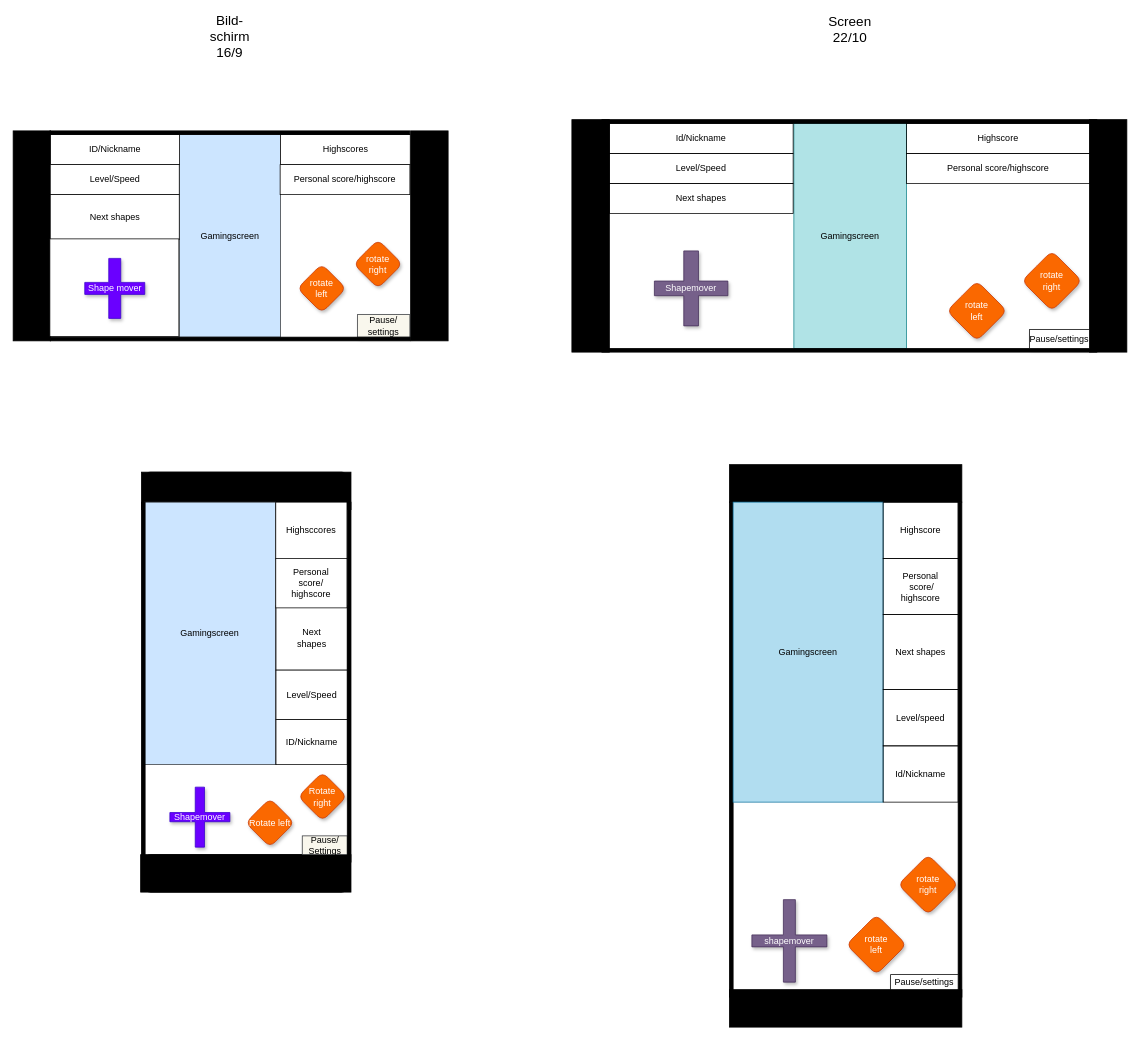
This is lib/documentation/Screen build.drawio from AUSoft-Kassel/tetris, a draw.io file, before an edit. Source tidied: cells renumbered, new cells numbered last; positions are measured from the earlier drawing's top-left corner, leaving out a move shared by most shapes. Both pictures are drawn from the tidied source at 75%, with x=0, y=0 at pixel (13, 22).
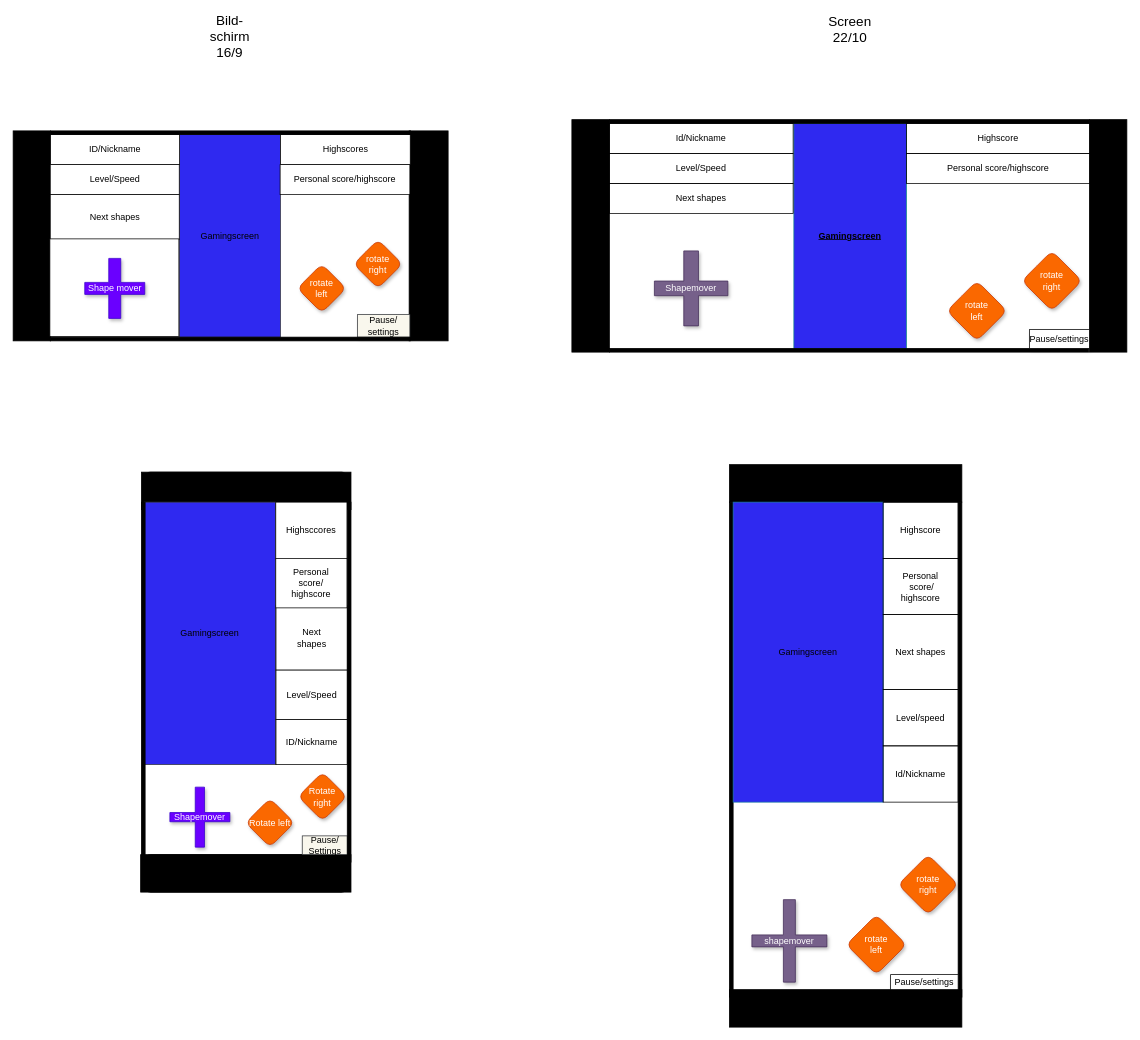
Above is the later version.

Diff of the diagram source:
```diff
@@
     <mxCell id="11" style="rounded=0;whiteSpace=wrap;html=1;fillColor=#000000;" parent="1" vertex="1">
-      <mxGeometry x="530" y="145" width="50" height="280" as="geometry" />
+      <mxGeometry x="528" y="145" width="52" height="280" as="geometry" />
     </mxCell>
@@
-    <mxCell id="13" value="Gamingscreen" style="rounded=0;whiteSpace=wrap;html=1;shadow=0;fillColor=#cce5ff;strokeColor=#36393d;" parent="1" vertex="1">
+    <mxCell id="13" value="Gamingscreen" style="rounded=0;whiteSpace=wrap;html=1;shadow=0;fillColor=#2F29F0;strokeColor=#36393d;" parent="1" vertex="1">
       <mxGeometry x="221.5" y="150" width="135" height="270" as="geometry" />
     </mxCell>
@@
-    <mxCell id="24" value="Gamingscreen" style="rounded=0;whiteSpace=wrap;html=1;fillColor=#cce5ff;strokeColor=#36393d;" parent="1" vertex="1">
+    <mxCell id="24" value="Gamingscreen" style="rounded=0;whiteSpace=wrap;html=1;fillColor=#2F29F0;strokeColor=#36393d;" parent="1" vertex="1">
       <mxGeometry x="175" y="640" width="175" height="350" as="geometry" />
     </mxCell>
@@
-    <mxCell id="35" value="Gamingscreen" style="rounded=0;whiteSpace=wrap;html=1;strokeColor=#0e8088;fillColor=#b0e3e6;" parent="1" vertex="1">
+    <mxCell id="35" value="&lt;u&gt;&lt;b&gt;Gamingscreen&lt;/b&gt;&lt;/u&gt;" style="rounded=0;whiteSpace=wrap;html=1;strokeColor=#0e8088;fillColor=#2F29F0;" parent="1" vertex="1">
       <mxGeometry x="1041" y="135" width="150" height="300" as="geometry" />
     </mxCell>
@@
     <mxCell id="39" style="rounded=0;whiteSpace=wrap;html=1;fillColor=#000000;" parent="1" vertex="1">
-      <mxGeometry x="785" y="130" width="660" height="5" as="geometry" />
+      <mxGeometry x="795" y="130" width="640" height="5" as="geometry" />
     </mxCell>
@@
     <mxCell id="41" style="rounded=0;whiteSpace=wrap;html=1;fillColor=#000000;" parent="1" vertex="1">
-      <mxGeometry x="785" y="435" width="660" height="5" as="geometry" />
+      <mxGeometry x="795" y="435" width="639" height="5" as="geometry" />
     </mxCell>
@@
     <mxCell id="43" style="rounded=0;whiteSpace=wrap;html=1;fillColor=#000000;" parent="1" vertex="1">
-      <mxGeometry x="49" y="145" width="480" height="5" as="geometry" />
+      <mxGeometry x="50" y="145" width="480" height="5" as="geometry" />
     </mxCell>
@@
-    <mxCell id="52" value="Gamingscreen" style="rounded=0;whiteSpace=wrap;html=1;fillColor=#b1ddf0;strokeColor=#10739e;" parent="1" vertex="1">
+    <mxCell id="52" value="Gamingscreen" style="rounded=0;whiteSpace=wrap;html=1;fillColor=#2F29F0;strokeColor=#10739e;" parent="1" vertex="1">
       <mxGeometry x="960" y="640" width="200" height="400" as="geometry" />
     </mxCell>
```
